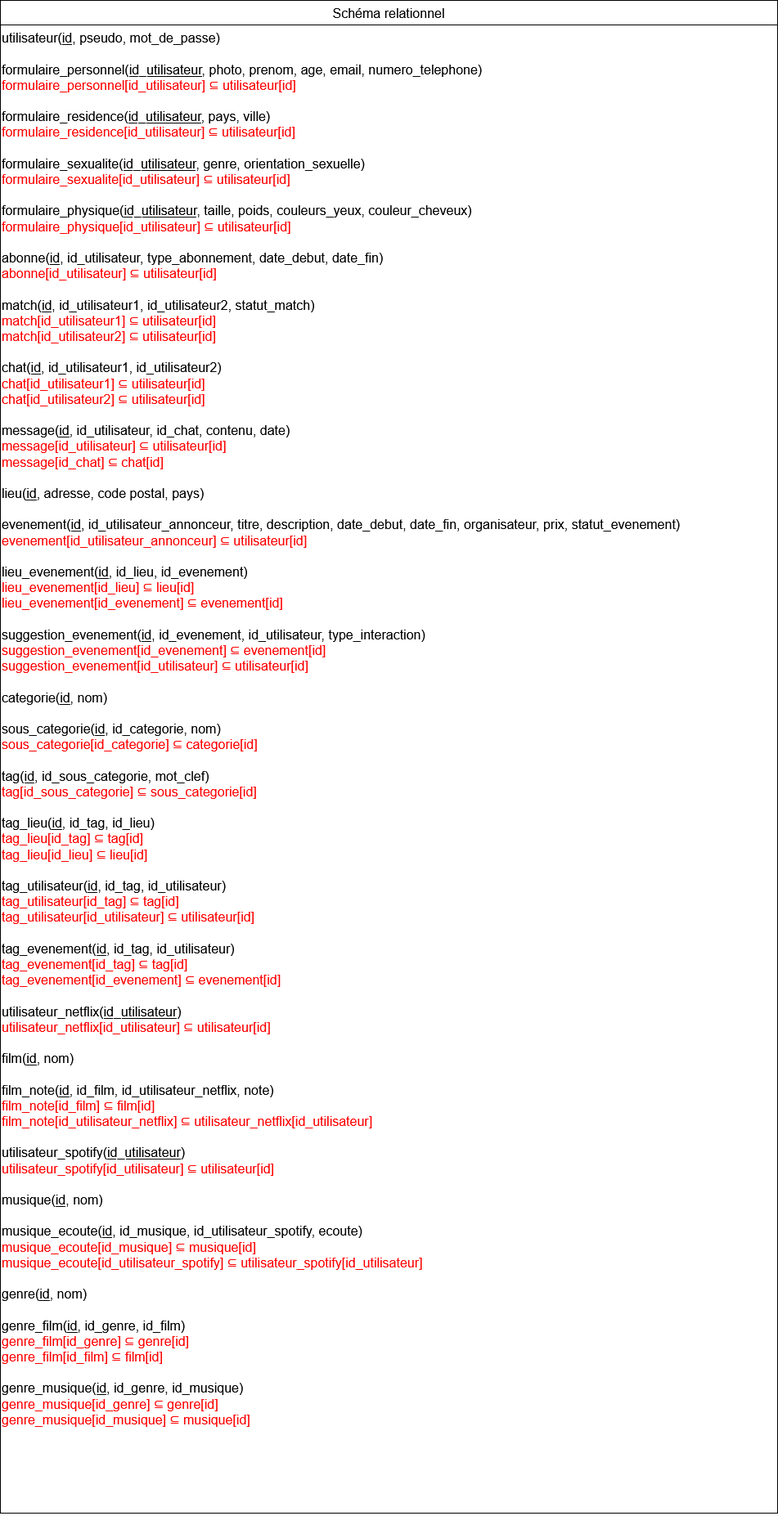
Above: RELATIONNEL.png in SuyuKuka/Le-Big-Match-Big-Brother-Is-Matching-You (draw.io), before the change. Source tidied: cells renumbered, new cells last; positions are measured from the earlier drawing's top-left corner, leaving out a move shared by most shapes.
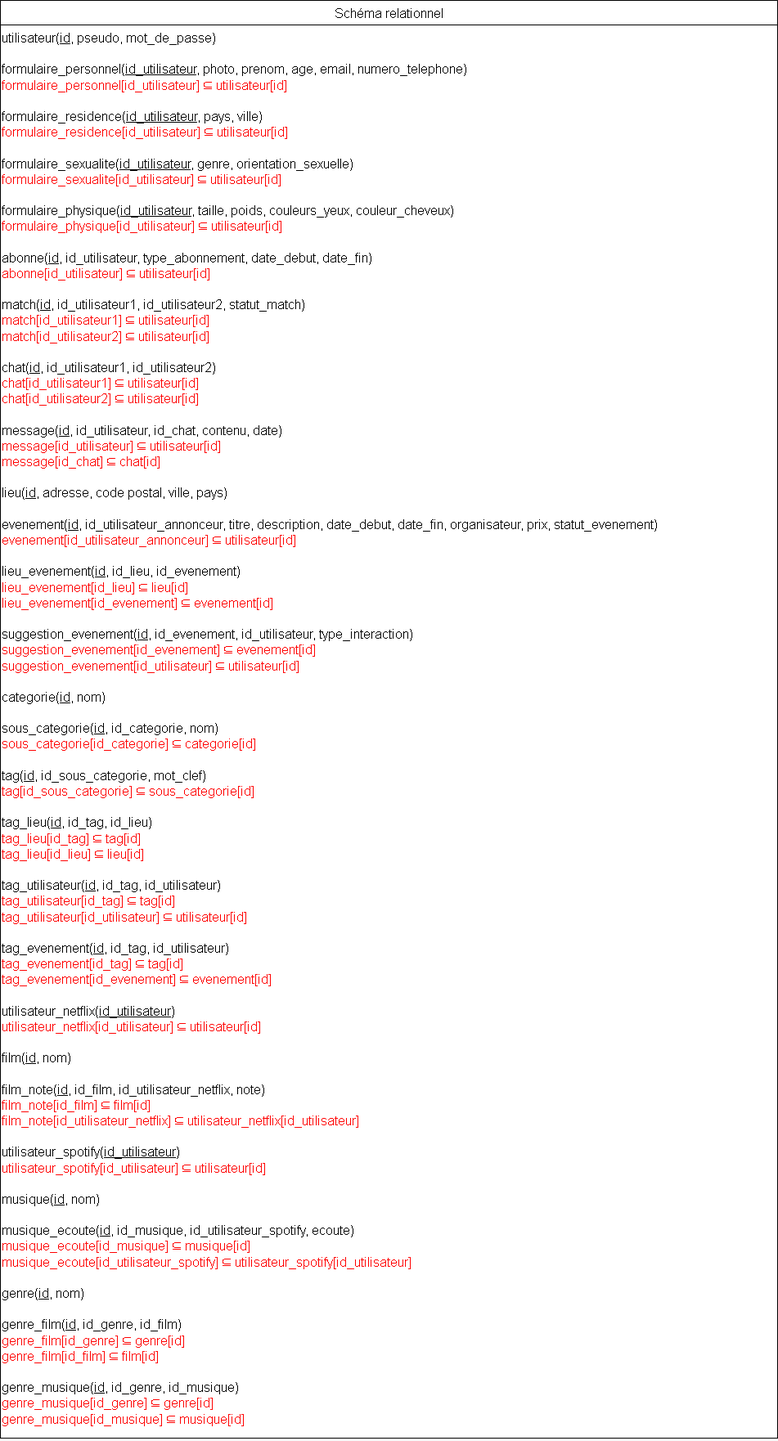
Later version of the same file.

The edit, as a diff of the source:
```diff
@@ -2,14 +2,17 @@
   <root>
     <mxCell id="0" />
     <mxCell id="1" parent="0" />
+    <mxCell id="5" style="rounded=0;whiteSpace=wrap;html=1;" parent="1" vertex="1">
+      <mxGeometry width="950" height="1758" as="geometry" />
+    </mxCell>
     <mxCell id="2" value="Schéma relationnel" style="shape=table;startSize=30;strokeColor=default;fontSize=16;" parent="1" vertex="1">
-      <mxGeometry width="950" height="1850" as="geometry" />
+      <mxGeometry width="950" height="1758" as="geometry" />
     </mxCell>
     <mxCell id="3" style="shape=tableRow;horizontal=0;startSize=0;swimlaneHead=0;swimlaneBody=0;strokeColor=inherit;top=0;left=0;bottom=0;right=0;fillColor=none;fontSize=16;" parent="2" vertex="1">
-      <mxGeometry y="30" width="950" height="1820" as="geometry" />
+      <mxGeometry y="30" width="950" height="1728" as="geometry" />
     </mxCell>
-    <mxCell id="4" value="&lt;div&gt;utilisateur(&lt;u&gt;id&lt;/u&gt;, pseudo, mot_de_passe)&lt;/div&gt;&lt;div&gt;&lt;br&gt;&lt;/div&gt;&lt;div&gt;formulaire_personnel(&lt;u&gt;id_utilisateur&lt;/u&gt;, photo, prenom, age, email, numero_telephone)&lt;/div&gt;&lt;span style=&quot;color: rgb(255, 0, 0);&quot;&gt;formulaire_personnel[id_utilisateur] ⊆ utilisateur[id]&lt;/span&gt;&lt;br&gt;&lt;br&gt;formulaire_residence(&lt;u&gt;id_utilisateur&lt;/u&gt;, pays, ville)&lt;br&gt;&lt;span style=&quot;color: rgb(255, 0, 0);&quot;&gt;formulaire_residence&lt;/span&gt;&lt;span style=&quot;color: rgb(255, 0, 0);&quot;&gt;[id_utilisateur] ⊆ utilisateur[id]&lt;/span&gt;&lt;br&gt;&lt;br&gt;&lt;div&gt;formulaire_sexualite(&lt;u&gt;id_utilisateur&lt;/u&gt;, genre, orientation_sexuelle)&lt;/div&gt;&lt;div&gt;&lt;span style=&quot;color: rgb(255, 0, 0);&quot;&gt;formulaire_sexualite&lt;/span&gt;&lt;span style=&quot;color: rgb(255, 0, 0);&quot;&gt;[id_utilisateur] ⊆ utilisateur[id]&lt;/span&gt;&lt;/div&gt;&lt;br&gt;formulaire_physique(&lt;u&gt;id_utilisateur&lt;/u&gt;, taille, poids, couleurs_yeux, couleur_cheveux)&lt;br&gt;&lt;div&gt;&lt;div&gt;&lt;span style=&quot;color: rgb(255, 0, 0);&quot;&gt;formulaire_physique&lt;/span&gt;&lt;span style=&quot;color: rgb(255, 0, 0);&quot;&gt;[id_utilisateur] ⊆ utilisateur[id]&lt;/span&gt;&lt;/div&gt;&lt;/div&gt;&lt;br&gt;abonne(&lt;u&gt;id&lt;/u&gt;, id_utilisateur, type_abonnement,&amp;nbsp;date_debut,&amp;nbsp;date_fin)&lt;br&gt;&lt;span style=&quot;color: rgb(255, 0, 0);&quot;&gt;abonne[id_utilisateur] ⊆ utilisateur[id]&lt;/span&gt;&lt;br&gt;&lt;br&gt;match(&lt;u&gt;id&lt;/u&gt;, id_utilisateur1, id_utilisateur2, statut_match)&lt;br&gt;&lt;span style=&quot;color: rgb(255, 0, 0);&quot;&gt;match[id_utilisateur1] ⊆ utilisateur[id]&lt;br&gt;match[id_utilisateur2] ⊆ utilisateur[id]&lt;/span&gt;&lt;br&gt;&lt;br&gt;chat(&lt;u&gt;id&lt;/u&gt;, id_utilisateur1, id_utilisateur2)&lt;br&gt;&lt;span style=&quot;color: rgb(255, 0, 0);&quot;&gt;chat[id_utilisateur1] ⊆ utilisateur[id]&lt;br&gt;chat[id_utilisateur2] ⊆ utilisateur[id]&lt;/span&gt;&lt;br&gt;&lt;br&gt;message(&lt;u&gt;id&lt;/u&gt;, id_utilisateur, id_chat, contenu, date)&lt;br&gt;&lt;span style=&quot;color: rgb(255, 0, 0);&quot;&gt;message[id_utilisateur] ⊆ utilisateur[id]&lt;br&gt;&lt;/span&gt;&lt;div&gt;&lt;span style=&quot;color: rgb(255, 0, 0);&quot;&gt;message[id_chat] ⊆ chat[id]&lt;/span&gt;&lt;/div&gt;&lt;br&gt;&lt;div&gt;lieu(&lt;u&gt;id&lt;/u&gt;, adresse, code postal, pays)&lt;/div&gt;&lt;div&gt;&lt;br&gt;&lt;/div&gt;&lt;div&gt;evenement(&lt;u&gt;id&lt;/u&gt;, id_utilisateur_annonceur, titre, description, date_debut, date_fin, organisateur, prix, statut_evenement)&lt;/div&gt;&lt;span style=&quot;color: rgb(255, 0, 0);&quot;&gt;evenement[id_utilisateur_annonceur] ⊆ utilisateur[id]&lt;/span&gt;&lt;br&gt;&lt;div&gt;&lt;br&gt;&lt;/div&gt;&lt;div&gt;lieu_evenement(&lt;u&gt;id&lt;/u&gt;, id_lieu, id_evenement)&lt;/div&gt;&lt;div&gt;&lt;span style=&quot;color: rgb(255, 0, 0);&quot;&gt;lieu_evenement[id_lieu] ⊆ lieu[id]&lt;/span&gt;&lt;/div&gt;&lt;div&gt;&lt;span style=&quot;color: rgb(255, 0, 0);&quot;&gt;lieu_evenement[id_evenement] ⊆ evenement[id]&lt;/span&gt;&lt;/div&gt;&lt;div&gt;&lt;span style=&quot;color: rgb(255, 0, 0);&quot;&gt;&lt;br&gt;&lt;/span&gt;&lt;/div&gt;suggestion_evenement(&lt;u&gt;id&lt;/u&gt;, id_evenement, id_utilisateur, type_interaction)&lt;br&gt;&lt;span style=&quot;background-color: light-dark(#ffffff, var(--ge-dark-color, #121212));&quot;&gt;&lt;span style=&quot;color: rgb(255, 0, 0);&quot;&gt;suggestion_evenement[id_evenement] ⊆ evenement[id]&lt;br&gt;suggestion_evenement[id_utilisateur] ⊆ utilisateur[id]&lt;/span&gt;&lt;/span&gt;&lt;br&gt;&lt;div&gt;&lt;br&gt;&lt;/div&gt;&lt;div&gt;categorie(&lt;u&gt;id&lt;/u&gt;, nom)&lt;/div&gt;&lt;div&gt;&lt;br&gt;&lt;/div&gt;&lt;div&gt;sous_categorie(&lt;u&gt;id&lt;/u&gt;, id_categorie, nom)&lt;br&gt;&lt;span style=&quot;color: rgb(255, 0, 0);&quot;&gt;sous_categorie[id_categorie] ⊆ categorie[id]&lt;/span&gt;&lt;/div&gt;&lt;div&gt;&lt;span style=&quot;color: rgb(255, 0, 0);&quot;&gt;&lt;br&gt;&lt;/span&gt;&lt;/div&gt;&lt;div&gt;tag(&lt;u&gt;id&lt;/u&gt;, id_sous_categorie, mot_clef)&lt;br&gt;&lt;span style=&quot;color: rgb(255, 0, 0);&quot;&gt;tag[id_sous_categorie] ⊆ sous_categorie[id]&lt;/span&gt;&lt;/div&gt;&lt;br&gt;tag_lieu(&lt;u&gt;id&lt;/u&gt;, id_tag, id_lieu)&lt;br&gt;&lt;span style=&quot;color: rgb(255, 0, 0);&quot;&gt;tag_lieu[id_tag] ⊆ tag[id]&lt;br&gt;tag_lieu[id_lieu] ⊆ lieu[id]&lt;/span&gt;&lt;br&gt;&lt;br&gt;tag_utilisateur(&lt;u&gt;id&lt;/u&gt;, id_tag, id_utilisateur)&lt;br&gt;&lt;span style=&quot;color: rgb(255, 0, 0);&quot;&gt;tag_utilisateur[id_tag] ⊆ tag[id]&lt;br&gt;tag_utilisateur[id_utilisateur] ⊆ utilisateur[id]&lt;/span&gt;&lt;br&gt;&lt;br&gt;tag_evenement(&lt;u&gt;id&lt;/u&gt;, id_tag, id_utilisateur)&lt;br&gt;&lt;span style=&quot;color: rgb(255, 0, 0);&quot;&gt;tag_evenement[id_tag] ⊆ tag[id]&lt;br&gt;tag_evenement[id_evenement] ⊆ evenement[id]&lt;/span&gt;&lt;br&gt;&lt;br&gt;utilisateur_netflix(&lt;u&gt;id_utilisateur&lt;/u&gt;)&lt;br&gt;&lt;span style=&quot;color: rgb(255, 0, 0);&quot;&gt;utilisateur_netflix[id_utilisateur] ⊆ utilisateur[id]&lt;/span&gt;&lt;br&gt;&lt;br&gt;film(&lt;u&gt;id&lt;/u&gt;, nom)&lt;br&gt;&lt;br&gt;film_note(&lt;u&gt;id&lt;/u&gt;, id_film, id_utilisateur_netflix, note)&lt;br&gt;&lt;span style=&quot;color: rgb(255, 0, 0);&quot;&gt;film_note[id_film] ⊆ film[id]&lt;br&gt;film_note[id_utilisateur_netflix] ⊆ utilisateur_netflix[id_utilisateur]&lt;/span&gt;&lt;br&gt;&lt;br&gt;utilisateur_spotify(&lt;u&gt;id_utilisateur&lt;/u&gt;)&lt;br&gt;&lt;span style=&quot;color: rgb(255, 0, 0);&quot;&gt;utilisateur_spotify[id_utilisateur] ⊆ utilisateur[id]&lt;/span&gt;&lt;br&gt;&lt;br&gt;musique(&lt;u&gt;id&lt;/u&gt;, nom)&lt;br&gt;&lt;br&gt;musique_ecoute(&lt;u&gt;id&lt;/u&gt;, id_musique, id_utilisateur_spotify, ecoute)&lt;br&gt;&lt;span style=&quot;color: rgb(255, 0, 0);&quot;&gt;musique_ecoute[id_musique] ⊆ musique[id]&lt;br&gt;musique_ecoute[id_utilisateur_spotify] ⊆ utilisateur_spotify[id_utilisateur]&lt;/span&gt;&lt;br&gt;&lt;br&gt;genre(&lt;u&gt;id&lt;/u&gt;, nom)&lt;br&gt;&lt;br&gt;genre_film(&lt;u&gt;id&lt;/u&gt;, id_genre, id_film)&lt;br&gt;&lt;span style=&quot;color: rgb(255, 0, 0);&quot;&gt;genre_film[id_genre] ⊆ genre[id]&lt;br&gt;genre_film[id_film] ⊆ film[id]&lt;/span&gt;&lt;br&gt;&lt;br&gt;genre_musique(&lt;u&gt;id&lt;/u&gt;, id_genre, id_musique)&lt;br&gt;&lt;span style=&quot;color: rgb(255, 0, 0);&quot;&gt;genre_musique[id_genre] ⊆ genre[id]&lt;br&gt;genre_musique[id_musique] ⊆ musique[id]&lt;/span&gt;" style="shape=partialRectangle;html=1;whiteSpace=wrap;strokeColor=inherit;overflow=hidden;fillColor=none;top=0;left=0;bottom=0;right=0;fontSize=16;align=left;verticalAlign=top;" parent="3" vertex="1">
-      <mxGeometry width="950" height="1820" as="geometry" />
+    <mxCell id="4" value="&lt;div&gt;utilisateur(&lt;u&gt;id&lt;/u&gt;, pseudo, mot_de_passe)&lt;/div&gt;&lt;div&gt;&lt;br&gt;&lt;/div&gt;&lt;div&gt;formulaire_personnel(&lt;u&gt;id_utilisateur&lt;/u&gt;, photo, prenom, age, email, numero_telephone)&lt;/div&gt;&lt;span style=&quot;color: rgb(255, 0, 0);&quot;&gt;formulaire_personnel[id_utilisateur] ⊆ utilisateur[id]&lt;/span&gt;&lt;br&gt;&lt;br&gt;formulaire_residence(&lt;u&gt;id_utilisateur&lt;/u&gt;, pays, ville)&lt;br&gt;&lt;span style=&quot;color: rgb(255, 0, 0);&quot;&gt;formulaire_residence&lt;/span&gt;&lt;span style=&quot;color: rgb(255, 0, 0);&quot;&gt;[id_utilisateur] ⊆ utilisateur[id]&lt;/span&gt;&lt;br&gt;&lt;br&gt;&lt;div&gt;formulaire_sexualite(&lt;u&gt;id_utilisateur&lt;/u&gt;, genre, orientation_sexuelle)&lt;/div&gt;&lt;div&gt;&lt;span style=&quot;color: rgb(255, 0, 0);&quot;&gt;formulaire_sexualite&lt;/span&gt;&lt;span style=&quot;color: rgb(255, 0, 0);&quot;&gt;[id_utilisateur] ⊆ utilisateur[id]&lt;/span&gt;&lt;/div&gt;&lt;br&gt;formulaire_physique(&lt;u&gt;id_utilisateur&lt;/u&gt;, taille, poids, couleurs_yeux, couleur_cheveux)&lt;br&gt;&lt;div&gt;&lt;div&gt;&lt;span style=&quot;color: rgb(255, 0, 0);&quot;&gt;formulaire_physique&lt;/span&gt;&lt;span style=&quot;color: rgb(255, 0, 0);&quot;&gt;[id_utilisateur] ⊆ utilisateur[id]&lt;/span&gt;&lt;/div&gt;&lt;/div&gt;&lt;br&gt;abonne(&lt;u&gt;id&lt;/u&gt;, id_utilisateur, type_abonnement,&amp;nbsp;date_debut,&amp;nbsp;date_fin)&lt;br&gt;&lt;span style=&quot;color: rgb(255, 0, 0);&quot;&gt;abonne[id_utilisateur] ⊆ utilisateur[id]&lt;/span&gt;&lt;br&gt;&lt;br&gt;match(&lt;u&gt;id&lt;/u&gt;, id_utilisateur1, id_utilisateur2, statut_match)&lt;br&gt;&lt;span style=&quot;color: rgb(255, 0, 0);&quot;&gt;match[id_utilisateur1] ⊆ utilisateur[id]&lt;br&gt;match[id_utilisateur2] ⊆ utilisateur[id]&lt;/span&gt;&lt;br&gt;&lt;br&gt;chat(&lt;u&gt;id&lt;/u&gt;, id_utilisateur1, id_utilisateur2)&lt;br&gt;&lt;span style=&quot;color: rgb(255, 0, 0);&quot;&gt;chat[id_utilisateur1] ⊆ utilisateur[id]&lt;br&gt;chat[id_utilisateur2] ⊆ utilisateur[id]&lt;/span&gt;&lt;br&gt;&lt;br&gt;message(&lt;u&gt;id&lt;/u&gt;, id_utilisateur, id_chat, contenu, date)&lt;br&gt;&lt;span style=&quot;color: rgb(255, 0, 0);&quot;&gt;message[id_utilisateur] ⊆ utilisateur[id]&lt;br&gt;&lt;/span&gt;&lt;div&gt;&lt;span style=&quot;color: rgb(255, 0, 0);&quot;&gt;message[id_chat] ⊆ chat[id]&lt;/span&gt;&lt;/div&gt;&lt;br&gt;&lt;div&gt;lieu(&lt;u&gt;id&lt;/u&gt;, adresse, code postal, ville, pays)&lt;/div&gt;&lt;div&gt;&lt;br&gt;&lt;/div&gt;&lt;div&gt;evenement(&lt;u&gt;id&lt;/u&gt;, id_utilisateur_annonceur, titre, description, date_debut, date_fin, organisateur, prix, statut_evenement)&lt;/div&gt;&lt;span style=&quot;color: rgb(255, 0, 0);&quot;&gt;evenement[id_utilisateur_annonceur] ⊆ utilisateur[id]&lt;/span&gt;&lt;br&gt;&lt;div&gt;&lt;br&gt;&lt;/div&gt;&lt;div&gt;lieu_evenement(&lt;u&gt;id&lt;/u&gt;, id_lieu, id_evenement)&lt;/div&gt;&lt;div&gt;&lt;span style=&quot;color: rgb(255, 0, 0);&quot;&gt;lieu_evenement[id_lieu] ⊆ lieu[id]&lt;/span&gt;&lt;/div&gt;&lt;div&gt;&lt;span style=&quot;color: rgb(255, 0, 0);&quot;&gt;lieu_evenement[id_evenement] ⊆ evenement[id]&lt;/span&gt;&lt;/div&gt;&lt;div&gt;&lt;span style=&quot;color: rgb(255, 0, 0);&quot;&gt;&lt;br&gt;&lt;/span&gt;&lt;/div&gt;suggestion_evenement(&lt;u&gt;id&lt;/u&gt;, id_evenement, id_utilisateur, type_interaction)&lt;br&gt;&lt;span style=&quot;background-color: light-dark(#ffffff, var(--ge-dark-color, #121212));&quot;&gt;&lt;span style=&quot;color: rgb(255, 0, 0);&quot;&gt;suggestion_evenement[id_evenement] ⊆ evenement[id]&lt;br&gt;suggestion_evenement[id_utilisateur] ⊆ utilisateur[id]&lt;/span&gt;&lt;/span&gt;&lt;br&gt;&lt;div&gt;&lt;br&gt;&lt;/div&gt;&lt;div&gt;categorie(&lt;u&gt;id&lt;/u&gt;, nom)&lt;/div&gt;&lt;div&gt;&lt;br&gt;&lt;/div&gt;&lt;div&gt;sous_categorie(&lt;u&gt;id&lt;/u&gt;, id_categorie, nom)&lt;br&gt;&lt;span style=&quot;color: rgb(255, 0, 0);&quot;&gt;sous_categorie[id_categorie] ⊆ categorie[id]&lt;/span&gt;&lt;/div&gt;&lt;div&gt;&lt;span style=&quot;color: rgb(255, 0, 0);&quot;&gt;&lt;br&gt;&lt;/span&gt;&lt;/div&gt;&lt;div&gt;tag(&lt;u&gt;id&lt;/u&gt;, id_sous_categorie, mot_clef)&lt;br&gt;&lt;span style=&quot;color: rgb(255, 0, 0);&quot;&gt;tag[id_sous_categorie] ⊆ sous_categorie[id]&lt;/span&gt;&lt;/div&gt;&lt;br&gt;tag_lieu(&lt;u&gt;id&lt;/u&gt;, id_tag, id_lieu)&lt;br&gt;&lt;span style=&quot;color: rgb(255, 0, 0);&quot;&gt;tag_lieu[id_tag] ⊆ tag[id]&lt;br&gt;tag_lieu[id_lieu] ⊆ lieu[id]&lt;/span&gt;&lt;br&gt;&lt;br&gt;tag_utilisateur(&lt;u&gt;id&lt;/u&gt;, id_tag, id_utilisateur)&lt;br&gt;&lt;span style=&quot;color: rgb(255, 0, 0);&quot;&gt;tag_utilisateur[id_tag] ⊆ tag[id]&lt;br&gt;tag_utilisateur[id_utilisateur] ⊆ utilisateur[id]&lt;/span&gt;&lt;br&gt;&lt;br&gt;tag_evenement(&lt;u&gt;id&lt;/u&gt;, id_tag, id_utilisateur)&lt;br&gt;&lt;span style=&quot;color: rgb(255, 0, 0);&quot;&gt;tag_evenement[id_tag] ⊆ tag[id]&lt;br&gt;tag_evenement[id_evenement] ⊆ evenement[id]&lt;/span&gt;&lt;br&gt;&lt;br&gt;utilisateur_netflix(&lt;u&gt;id_utilisateur&lt;/u&gt;)&lt;br&gt;&lt;span style=&quot;color: rgb(255, 0, 0);&quot;&gt;utilisateur_netflix[id_utilisateur] ⊆ utilisateur[id]&lt;/span&gt;&lt;br&gt;&lt;br&gt;film(&lt;u&gt;id&lt;/u&gt;, nom)&lt;br&gt;&lt;br&gt;film_note(&lt;u&gt;id&lt;/u&gt;, id_film, id_utilisateur_netflix, note)&lt;br&gt;&lt;span style=&quot;color: rgb(255, 0, 0);&quot;&gt;film_note[id_film] ⊆ film[id]&lt;br&gt;film_note[id_utilisateur_netflix] ⊆ utilisateur_netflix[id_utilisateur]&lt;/span&gt;&lt;br&gt;&lt;br&gt;utilisateur_spotify(&lt;u&gt;id_utilisateur&lt;/u&gt;)&lt;br&gt;&lt;span style=&quot;color: rgb(255, 0, 0);&quot;&gt;utilisateur_spotify[id_utilisateur] ⊆ utilisateur[id]&lt;/span&gt;&lt;br&gt;&lt;br&gt;musique(&lt;u&gt;id&lt;/u&gt;, nom)&lt;br&gt;&lt;br&gt;musique_ecoute(&lt;u&gt;id&lt;/u&gt;, id_musique, id_utilisateur_spotify, ecoute)&lt;br&gt;&lt;span style=&quot;color: rgb(255, 0, 0);&quot;&gt;musique_ecoute[id_musique] ⊆ musique[id]&lt;br&gt;musique_ecoute[id_utilisateur_spotify] ⊆ utilisateur_spotify[id_utilisateur]&lt;/span&gt;&lt;br&gt;&lt;br&gt;genre(&lt;u&gt;id&lt;/u&gt;, nom)&lt;br&gt;&lt;br&gt;genre_film(&lt;u&gt;id&lt;/u&gt;, id_genre, id_film)&lt;br&gt;&lt;span style=&quot;color: rgb(255, 0, 0);&quot;&gt;genre_film[id_genre] ⊆ genre[id]&lt;br&gt;genre_film[id_film] ⊆ film[id]&lt;/span&gt;&lt;br&gt;&lt;br&gt;genre_musique(&lt;u&gt;id&lt;/u&gt;, id_genre, id_musique)&lt;br&gt;&lt;span style=&quot;color: rgb(255, 0, 0);&quot;&gt;genre_musique[id_genre] ⊆ genre[id]&lt;br&gt;genre_musique[id_musique] ⊆ musique[id]&lt;/span&gt;" style="shape=partialRectangle;html=1;whiteSpace=wrap;strokeColor=inherit;overflow=hidden;fillColor=none;top=0;left=0;bottom=0;right=0;fontSize=16;align=left;verticalAlign=top;" parent="3" vertex="1">
+      <mxGeometry width="950" height="1728" as="geometry" />
     </mxCell>
   </root>
 </mxGraphModel>
```
